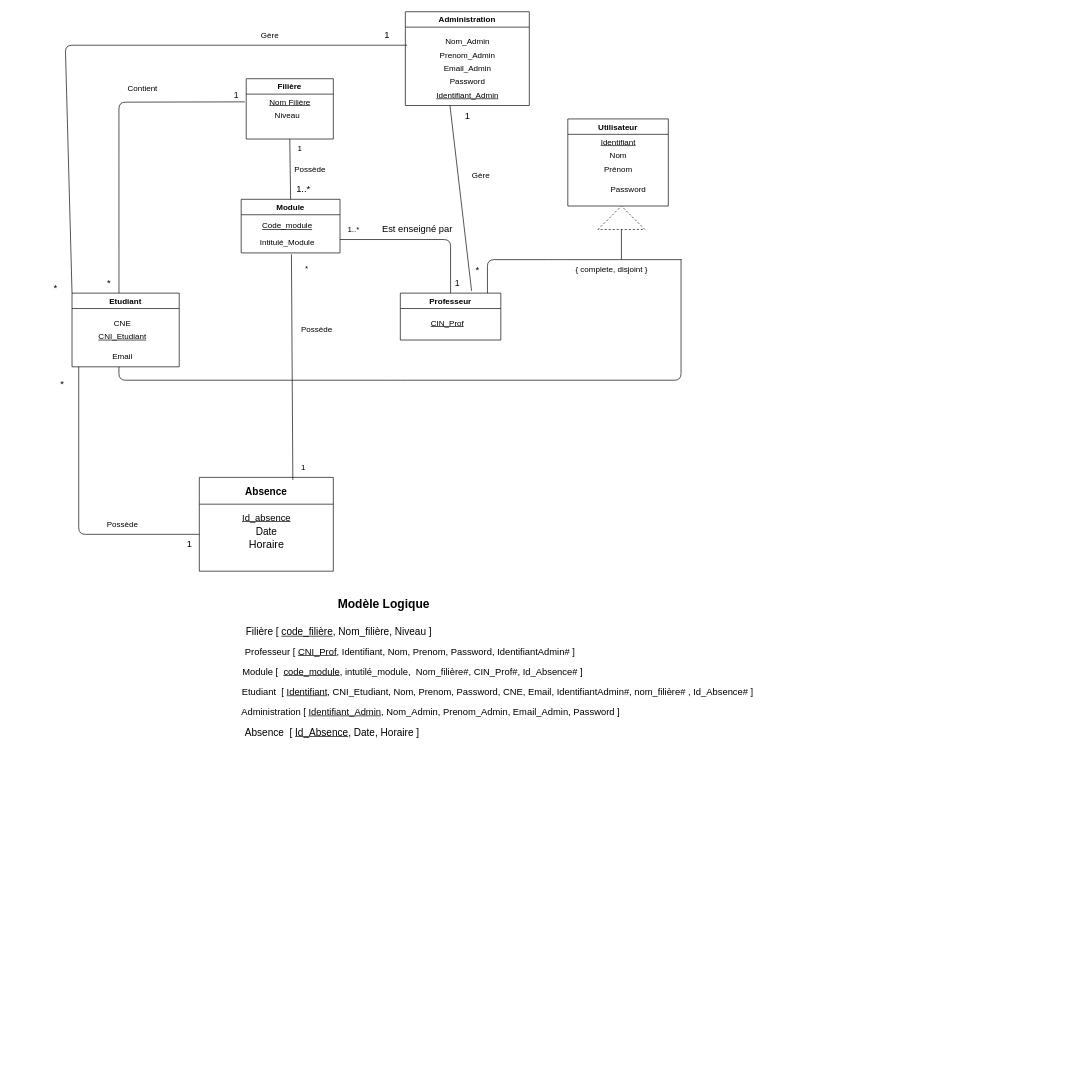
Marcel-Fassou-28/Gestion_Absence_PFA keeps this draw.io diagram as data/modelConcep.drawio. Above is the earlier version. Source tidied: cells renumbered, new cells numbered last; positions are measured from the earlier drawing's top-left corner, leaving out a move shared by most shapes. Both pictures are drawn from the tidied source at 67%, with x=0, y=0 at pixel (45, 11).
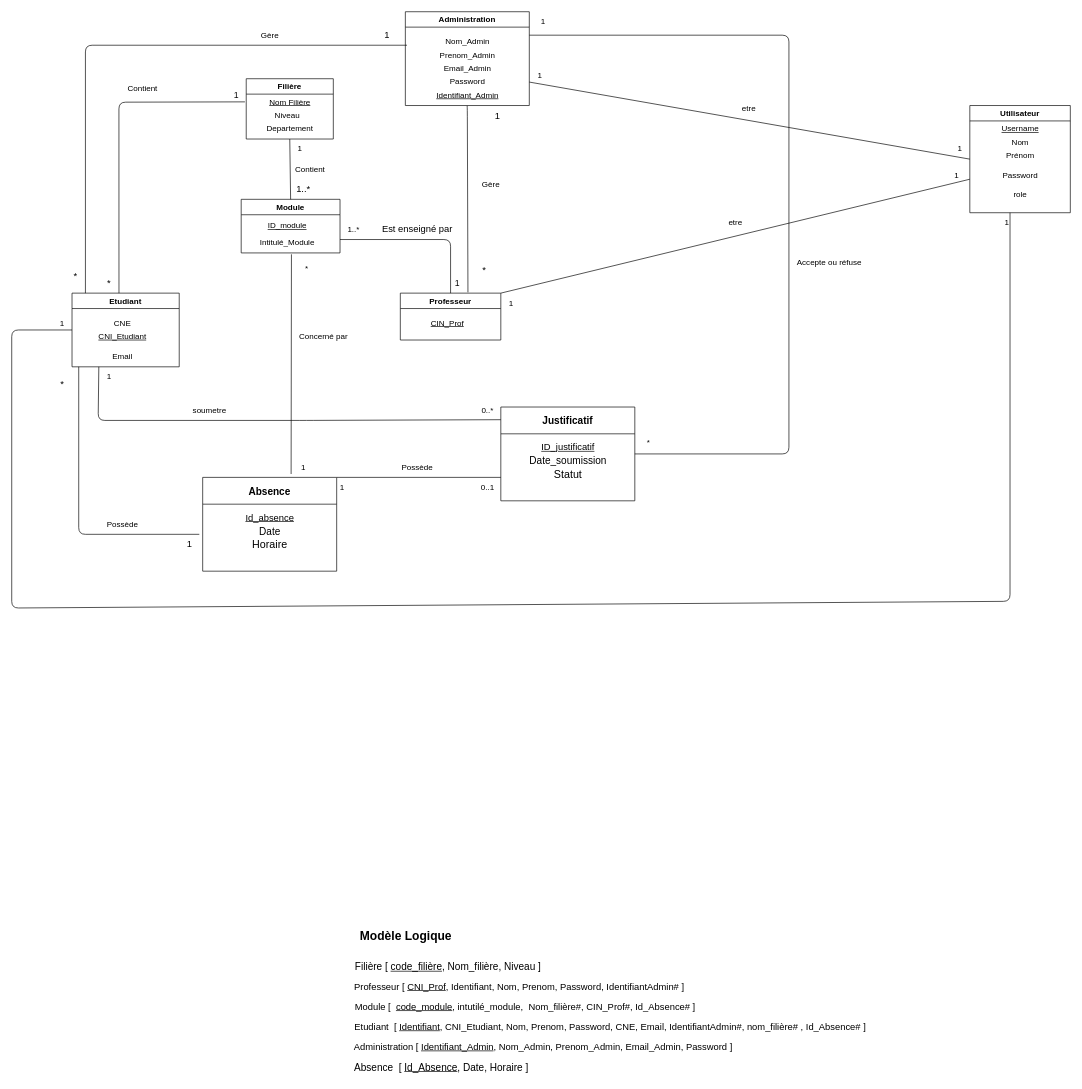
Above is the later version.

The change refers to these unchanged cells:
```xml
<mxCell id="2" value="Filière" style="swimlane;" parent="1" vertex="1">
  <mxGeometry x="300" y="100" width="130" height="90" as="geometry" />
</mxCell>
<mxCell id="5" value="Etudiant" style="swimlane;" parent="1" vertex="1">
  <mxGeometry x="40" y="420" width="160" height="110" as="geometry" />
</mxCell>
<mxCell id="9" value="Professeur" style="swimlane;" parent="1" vertex="1">
  <mxGeometry x="530" y="420" width="150" height="70" as="geometry" />
</mxCell>
<mxCell id="11" value="Module" style="swimlane;" parent="1" vertex="1">
  <mxGeometry x="292.5" y="280" width="147.5" height="80" as="geometry" />
</mxCell>
<mxCell id="13" value="Intitulé_Module" style="text;html=1;align=center;verticalAlign=middle;points=[];strokeColor=none;fillColor=none;" parent="11" vertex="1">
  <mxGeometry x="18.8" y="50" width="100" height="30" as="geometry" />
</mxCell>
<mxCell id="19" value="&lt;span style=&quot;font-size: 13px;&quot;&gt;1&lt;/span&gt;" style="text;html=1;align=center;verticalAlign=middle;points=[];strokeColor=none;fillColor=none;" parent="1" vertex="1">
  <mxGeometry x="600" y="390" width="30" height="30" as="geometry" />
</mxCell>
<mxCell id="36" value="Administration" style="swimlane;" parent="1" vertex="1">
  <mxGeometry x="537.5" width="185" height="140" as="geometry" />
</mxCell>
<mxCell id="41" value="&lt;u&gt;Identifiant_Admin&lt;/u&gt;" style="text;html=1;align=center;verticalAlign=middle;points=[];strokeColor=none;fillColor=none;" parent="36" vertex="1">
  <mxGeometry x="32.5" y="110" width="120" height="30" as="geometry" />
</mxCell>
```

Change to the diagram source:
```diff
@@
+    <mxCell id="69" value="Departement" style="text;html=1;align=center;verticalAlign=middle;strokeColor=none;fillColor=none;" parent="2" vertex="1">
+      <mxGeometry x="20" y="60" width="90" height="30" as="geometry" />
+    </mxCell>
+    <mxCell id="70" style="edgeStyle=none;html=1;exitX=0.25;exitY=1;exitDx=0;exitDy=0;entryX=0.003;entryY=0.135;entryDx=0;entryDy=0;entryPerimeter=0;endArrow=none;endFill=0;" parent="1" edge="1" source="5" target="77">
+      <mxGeometry relative="1" as="geometry">
+        <Array as="points">
+          <mxPoint x="79" y="610" />
+          <mxPoint x="390" y="610" />
+        </Array>
+      </mxGeometry>
+    </mxCell>
+    <mxCell id="71" style="edgeStyle=none;html=1;exitX=0;exitY=0.5;exitDx=0;exitDy=0;endArrow=none;endFill=0;" parent="1" edge="1" source="5">
+      <mxGeometry relative="1" as="geometry">
+        <mxPoint x="1440" y="300" as="targetPoint" />
+        <Array as="points">
+          <mxPoint x="-50" y="475" />
+          <mxPoint x="-50" y="890" />
+          <mxPoint x="1440" y="880" />
+        </Array>
+      </mxGeometry>
+    </mxCell>
@@
+    <mxCell id="72" style="edgeStyle=none;html=1;exitX=1;exitY=0;exitDx=0;exitDy=0;endArrow=none;endFill=0;" parent="1" edge="1" source="9">
+      <mxGeometry relative="1" as="geometry">
+        <mxPoint x="1380" y="250" as="targetPoint" />
+      </mxGeometry>
+    </mxCell>
@@
-    <mxCell id="12" value="&lt;u&gt;Code_module&lt;/u&gt;" style="text;html=1;align=center;verticalAlign=middle;strokeColor=none;fillColor=none;" parent="11" vertex="1">
-      <mxGeometry x="18.8" y="25" width="100" height="30" as="geometry" />
+    <mxCell id="12" value="&lt;u&gt;ID_module&lt;/u&gt;" style="text;html=1;align=center;verticalAlign=middle;strokeColor=none;fillColor=none;" parent="11" vertex="1">
+      <mxGeometry x="28.8" y="25" width="80" height="30" as="geometry" />
     </mxCell>
@@
     <mxCell id="22" value="Utilisateur" style="swimlane;startSize=23;" parent="1" vertex="1">
-      <mxGeometry x="780" y="160" width="150" height="130" as="geometry" />
+      <mxGeometry x="1380" y="140" width="150" height="160" as="geometry" />
     </mxCell>
@@
     <mxCell id="25" value="Password" style="text;html=1;align=center;verticalAlign=middle;strokeColor=none;fillColor=none;" parent="22" vertex="1">
-      <mxGeometry x="50" y="90" width="80" height="30" as="geometry" />
+      <mxGeometry x="35" y="90" width="80" height="30" as="geometry" />
     </mxCell>
-    <mxCell id="26" value="&lt;u&gt;Identifiant&lt;/u&gt;" style="text;html=1;align=center;verticalAlign=middle;strokeColor=none;fillColor=none;" parent="22" vertex="1">
+    <mxCell id="26" value="&lt;u&gt;&lt;font style=&quot;color: light-dark(rgb(0, 0, 0), rgb(255, 255, 255));&quot;&gt;Username&lt;/font&gt;&lt;/u&gt;" style="text;html=1;align=center;verticalAlign=middle;strokeColor=none;fillColor=none;" parent="22" vertex="1">
       <mxGeometry x="35" y="20" width="80" height="30" as="geometry" />
     </mxCell>
-    <mxCell id="27" style="triangle;whiteSpace=wrap;html=1;rotation=-90;dashed=1;" parent="1" vertex="1">
-      <mxGeometry x="842.5" y="272.5" width="35" height="70" as="geometry" />
-    </mxCell>
-    <mxCell id="28" style="endArrow=none;html=1;entryX=0;entryY=0.5;entryDx=0;entryDy=0;" parent="1" edge="1" target="27">
-      <mxGeometry relative="1" as="geometry">
-        <mxPoint x="860" y="370" as="sourcePoint" />
-      </mxGeometry>
-    </mxCell>
-    <mxCell id="29" style="endArrow=none;html=1;exitX=0.867;exitY=0;exitDx=0;exitDy=0;exitPerimeter=0;" parent="1" edge="1" source="9">
-      <mxGeometry relative="1" as="geometry">
-        <mxPoint x="950" y="370" as="targetPoint" />
-        <Array as="points">
-          <mxPoint x="660" y="370" />
-          <mxPoint x="760" y="370" />
-        </Array>
-      </mxGeometry>
-    </mxCell>
-    <mxCell id="30" style="endArrow=none;html=1;" parent="1" edge="1">
-      <mxGeometry relative="1" as="geometry">
-        <mxPoint x="110" y="530" as="sourcePoint" />
-        <mxPoint x="949" y="370" as="targetPoint" />
-        <Array as="points">
-          <mxPoint x="110" y="550" />
-          <mxPoint x="520" y="550" />
-          <mxPoint x="949" y="550" />
-        </Array>
-      </mxGeometry>
-    </mxCell>
-    <mxCell id="31" value="{ complete, disjoint }" style="text;html=1;align=center;verticalAlign=middle;strokeColor=none;fillColor=none;" parent="1" vertex="1">
-      <mxGeometry x="780" y="370" width="130" height="30" as="geometry" />
-    </mxCell>
+    <mxCell id="73" value="role" style="text;html=1;align=center;verticalAlign=middle;strokeColor=none;fillColor=none;" parent="22" vertex="1">
+      <mxGeometry x="55" y="118" width="40" height="30" as="geometry" />
+    </mxCell>
@@
-    <mxCell id="35" value="Possède" style="text;html=1;align=center;verticalAlign=middle;strokeColor=none;fillColor=none;" parent="1" vertex="1">
+    <mxCell id="35" value="Contient" style="text;html=1;align=center;verticalAlign=middle;strokeColor=none;fillColor=none;" parent="1" vertex="1">
       <mxGeometry x="360" y="220" width="70" height="30" as="geometry" />
     </mxCell>
+    <mxCell id="74" style="edgeStyle=none;html=1;exitX=1;exitY=0.25;exitDx=0;exitDy=0;entryX=1;entryY=0.5;entryDx=0;entryDy=0;endArrow=none;endFill=0;" parent="1" edge="1" source="36" target="77">
+      <mxGeometry relative="1" as="geometry">
+        <Array as="points">
+          <mxPoint x="1110" y="35" />
+          <mxPoint x="1110" y="660" />
+        </Array>
+      </mxGeometry>
+    </mxCell>
+    <mxCell id="75" style="edgeStyle=none;html=1;exitX=1;exitY=0.75;exitDx=0;exitDy=0;entryX=0;entryY=0.5;entryDx=0;entryDy=0;endArrow=none;endFill=0;" parent="1" edge="1" source="36" target="22">
+      <mxGeometry relative="1" as="geometry" />
+    </mxCell>
@@
     <mxCell id="42" value="Gère" style="text;html=1;align=center;verticalAlign=middle;strokeColor=none;fillColor=none;" parent="1" vertex="1">
-      <mxGeometry x="625" y="230" width="50" height="30" as="geometry" />
+      <mxGeometry x="640" y="242.5" width="50" height="30" as="geometry" />
     </mxCell>
     <mxCell id="43" value="&lt;font style=&quot;font-size: 14px;&quot;&gt;*&lt;/font&gt;" style="text;html=1;align=center;verticalAlign=middle;strokeColor=none;fillColor=none;" parent="1" vertex="1">
-      <mxGeometry x="630" y="370" width="30" height="30" as="geometry" />
+      <mxGeometry x="640" y="370" width="30" height="30" as="geometry" />
     </mxCell>
     <mxCell id="44" value="&lt;span style=&quot;font-size: 14px;&quot;&gt;1&lt;/span&gt;" style="text;html=1;align=center;verticalAlign=middle;strokeColor=none;fillColor=none;" parent="1" vertex="1">
-      <mxGeometry x="615" y="140" width="30" height="30" as="geometry" />
+      <mxGeometry x="660" y="140" width="30" height="30" as="geometry" />
     </mxCell>
+    <mxCell id="76" style="edgeStyle=none;html=1;exitX=1;exitY=0;exitDx=0;exitDy=0;entryX=0;entryY=0.75;entryDx=0;entryDy=0;endArrow=none;endFill=0;" parent="1" edge="1" source="45" target="77">
+      <mxGeometry relative="1" as="geometry" />
+    </mxCell>
     <mxCell id="45" value="Absence" style="swimlane;fontSize=15;startSize=40;" parent="1" vertex="1">
-      <mxGeometry x="230" y="695" width="200" height="140" as="geometry" />
+      <mxGeometry x="235" y="695" width="200" height="140" as="geometry" />
     </mxCell>
@@
-    <mxCell id="52" style="endArrow=none;html=1;entryX=0.562;entryY=1.07;entryDx=0;entryDy=0;entryPerimeter=0;exitX=0.698;exitY=0.027;exitDx=0;exitDy=0;exitPerimeter=0;" parent="1" edge="1" source="45" target="13">
-      <mxGeometry relative="1" as="geometry" />
+    <mxCell id="52" style="endArrow=none;html=1;entryX=0.562;entryY=1.07;entryDx=0;entryDy=0;entryPerimeter=0;" parent="1" edge="1" target="13">
+      <mxGeometry relative="1" as="geometry">
+        <mxPoint x="367" y="690" as="sourcePoint" />
+      </mxGeometry>
     </mxCell>
@@
-    <mxCell id="56" value="Possède" style="text;html=1;align=center;verticalAlign=middle;strokeColor=none;fillColor=none;" parent="1" vertex="1">
-      <mxGeometry x="370" y="460" width="70" height="30" as="geometry" />
+    <mxCell id="56" value="Concerné par" style="text;html=1;align=center;verticalAlign=middle;strokeColor=none;fillColor=none;" parent="1" vertex="1">
+      <mxGeometry x="365" y="470" width="100" height="30" as="geometry" />
     </mxCell>
     <mxCell id="57" value="&lt;font style=&quot;font-size: 18px;&quot;&gt;&lt;b style=&quot;&quot;&gt;Modèle Logique&lt;/b&gt;&lt;/font&gt;" style="text;html=1;align=center;verticalAlign=middle;strokeColor=none;fillColor=none;" parent="1" vertex="1">
-      <mxGeometry x="425" y="865" width="160" height="40" as="geometry" />
+      <mxGeometry x="457.5" y="1360" width="160" height="40" as="geometry" />
     </mxCell>
-    <mxCell id="58" style="endArrow=none;html=1;exitX=0;exitY=0;exitDx=0;exitDy=0;" parent="1" edge="1" source="5">
+    <mxCell id="58" style="endArrow=none;html=1;" parent="1" edge="1">
       <mxGeometry relative="1" as="geometry">
+        <mxPoint x="60" y="420" as="sourcePoint" />
         <mxPoint x="540" y="50" as="targetPoint" />
         <Array as="points">
-          <mxPoint x="30" y="50" />
+          <mxPoint x="60" y="50" />
         </Array>
       </mxGeometry>
     </mxCell>
-    <mxCell id="59" style="endArrow=none;html=1;entryX=0.284;entryY=0.996;entryDx=0;entryDy=0;entryPerimeter=0;exitX=0.709;exitY=-0.049;exitDx=0;exitDy=0;exitPerimeter=0;" parent="1" edge="1" source="9" target="41">
-      <mxGeometry relative="1" as="geometry" />
+    <mxCell id="59" style="endArrow=none;html=1;entryX=0.498;entryY=1.012;entryDx=0;entryDy=0;entryPerimeter=0;exitX=1.031;exitY=0.96;exitDx=0;exitDy=0;exitPerimeter=0;" parent="1" edge="1" source="19" target="41">
+      <mxGeometry relative="1" as="geometry">
+        <Array as="points">
+          <mxPoint x="630" y="146" />
+        </Array>
+      </mxGeometry>
     </mxCell>
@@
     <mxCell id="61" value="&lt;font style=&quot;font-size: 14px;&quot;&gt;*&lt;/font&gt;" style="text;html=1;align=center;verticalAlign=middle;strokeColor=none;fillColor=none;" parent="1" vertex="1">
-      <mxGeometry y="398" width="30" height="30" as="geometry" />
+      <mxGeometry x="30" y="380" width="30" height="30" as="geometry" />
     </mxCell>
@@
     <mxCell id="63" value="&lt;font style=&quot;font-size: 15px;&quot;&gt;Filière [ &lt;u style=&quot;&quot;&gt;code_filière&lt;/u&gt;, Nom_filière, Niveau ]&amp;nbsp;&lt;/font&gt;" style="text;html=1;align=center;verticalAlign=middle;strokeColor=none;fillColor=none;" parent="1" vertex="1">
-      <mxGeometry x="285" y="910" width="310" height="30" as="geometry" />
+      <mxGeometry x="447.5" y="1410" width="310" height="30" as="geometry" />
     </mxCell>
     <mxCell id="64" value="&lt;font style=&quot;font-size: 14px;&quot;&gt;Module [&amp;nbsp; &lt;u style=&quot;&quot;&gt;code_module&lt;/u&gt;, intutilé_module,&amp;nbsp; Nom_filière#, CIN_Prof#, Id_Absence# ]&amp;nbsp;&lt;/font&gt;" style="text;html=1;align=center;verticalAlign=middle;strokeColor=none;fillColor=none;" parent="1" vertex="1">
-      <mxGeometry x="280" y="970" width="540" height="30" as="geometry" />
+      <mxGeometry x="447.5" y="1470" width="540" height="30" as="geometry" />
     </mxCell>
     <mxCell id="65" value="&lt;font style=&quot;font-size: 14px;&quot;&gt;Professeur [ &lt;u style=&quot;&quot;&gt;CNI_Prof&lt;/u&gt;, Identifiant, Nom, Prenom, Password, IdentifiantAdmin# ]&amp;nbsp; &amp;nbsp;&lt;/font&gt;" style="text;html=1;align=center;verticalAlign=middle;strokeColor=none;fillColor=none;" parent="1" vertex="1">
-      <mxGeometry x="285" y="940" width="530" height="30" as="geometry" />
+      <mxGeometry x="447.5" y="1440" width="530" height="30" as="geometry" />
     </mxCell>
     <mxCell id="66" value="&lt;font style=&quot;font-size: 14px;&quot;&gt;Etudiant&amp;nbsp; [ &lt;u style=&quot;&quot;&gt;Identifiant&lt;/u&gt;, CNI_Etudiant, Nom, Prenom, Password, CNE, Email, IdentifiantAdmin#, nom_filière# , Id_Absence# ]&lt;/font&gt;" style="text;html=1;align=center;verticalAlign=middle;strokeColor=none;fillColor=none;" parent="1" vertex="1">
-      <mxGeometry x="280" y="1000" width="790" height="30" as="geometry" />
+      <mxGeometry x="447.5" y="1500" width="790" height="30" as="geometry" />
     </mxCell>
     <mxCell id="67" value="&lt;font style=&quot;font-size: 15px;&quot;&gt;Absence&amp;nbsp; [ &lt;u style=&quot;&quot;&gt;Id_Absence&lt;/u&gt;, Date, Horaire ]&amp;nbsp;&lt;/font&gt;" style="text;html=1;align=center;verticalAlign=middle;strokeColor=none;fillColor=none;" parent="1" vertex="1">
-      <mxGeometry x="285" y="1060" width="290" height="30" as="geometry" />
+      <mxGeometry x="447.5" y="1560" width="290" height="30" as="geometry" />
     </mxCell>
     <mxCell id="68" value="&lt;font style=&quot;font-size: 14px;&quot;&gt;Administration [ &lt;u style=&quot;&quot;&gt;Identifiant_Admin&lt;/u&gt;, Nom_Admin, Prenom_Admin, Email_Admin, Password ]&lt;/font&gt;" style="text;html=1;align=center;verticalAlign=middle;strokeColor=none;fillColor=none;" parent="1" vertex="1">
-      <mxGeometry x="280" y="1030" width="590" height="30" as="geometry" />
+      <mxGeometry x="447.5" y="1530" width="590" height="30" as="geometry" />
     </mxCell>
+    <mxCell id="77" value="Justificatif" style="swimlane;fontSize=15;startSize=40;" parent="1" vertex="1">
+      <mxGeometry x="680" y="590" width="200" height="140" as="geometry" />
+    </mxCell>
+    <mxCell id="78" value="&lt;font style=&quot;font-size: 15px;&quot;&gt;Date_soumission&lt;/font&gt;" style="text;html=1;align=center;verticalAlign=middle;strokeColor=none;fillColor=none;" parent="77" vertex="1">
+      <mxGeometry x="30" y="65" width="140" height="30" as="geometry" />
+    </mxCell>
+    <mxCell id="79" value="&lt;font style=&quot;font-size: 16px;&quot;&gt;Statut&lt;/font&gt;" style="text;html=1;align=center;verticalAlign=middle;strokeColor=none;fillColor=none;" parent="77" vertex="1">
+      <mxGeometry x="65" y="85" width="70" height="30" as="geometry" />
+    </mxCell>
+    <mxCell id="80" value="&lt;font style=&quot;font-size: 14px;&quot;&gt;&lt;u&gt;ID_justificatif&lt;/u&gt;&lt;/font&gt;" style="text;html=1;align=center;verticalAlign=middle;strokeColor=none;fillColor=none;" parent="77" vertex="1">
+      <mxGeometry x="50" y="45" width="100" height="30" as="geometry" />
+    </mxCell>
+    <mxCell id="81" value="soumetre" style="text;html=1;align=center;verticalAlign=middle;strokeColor=none;fillColor=none;" parent="1" vertex="1">
+      <mxGeometry x="210" y="580" width="70" height="30" as="geometry" />
+    </mxCell>
+    <mxCell id="82" value="0..*" style="text;html=1;align=center;verticalAlign=middle;strokeColor=none;fillColor=none;" parent="1" vertex="1">
+      <mxGeometry x="640" y="580" width="40" height="30" as="geometry" />
+    </mxCell>
+    <mxCell id="83" value="1" style="text;html=1;align=center;verticalAlign=middle;strokeColor=none;fillColor=none;" parent="1" vertex="1">
+      <mxGeometry x="80" y="530" width="30" height="30" as="geometry" />
+    </mxCell>
+    <mxCell id="84" value="Possède" style="text;html=1;align=center;verticalAlign=middle;strokeColor=none;fillColor=none;" parent="1" vertex="1">
+      <mxGeometry x="520" y="665" width="70" height="30" as="geometry" />
+    </mxCell>
+    <mxCell id="85" value="1" style="text;html=1;align=center;verticalAlign=middle;strokeColor=none;fillColor=none;" parent="1" vertex="1">
+      <mxGeometry x="427.5" y="695" width="30" height="30" as="geometry" />
+    </mxCell>
+    <mxCell id="86" value="0..1" style="text;html=1;align=center;verticalAlign=middle;strokeColor=none;fillColor=none;" parent="1" vertex="1">
+      <mxGeometry x="640" y="695" width="40" height="30" as="geometry" />
+    </mxCell>
+    <mxCell id="87" value="Accepte ou réfuse" style="text;html=1;align=center;verticalAlign=middle;strokeColor=none;fillColor=none;" parent="1" vertex="1">
+      <mxGeometry x="1110" y="360" width="120" height="30" as="geometry" />
+    </mxCell>
+    <mxCell id="88" value="*" style="text;html=1;align=center;verticalAlign=middle;strokeColor=none;fillColor=none;" parent="1" vertex="1">
+      <mxGeometry x="885" y="628" width="30" height="30" as="geometry" />
+    </mxCell>
+    <mxCell id="89" value="1" style="text;html=1;align=center;verticalAlign=middle;strokeColor=none;fillColor=none;" parent="1" vertex="1">
+      <mxGeometry x="727.5" width="30" height="30" as="geometry" />
+    </mxCell>
+    <mxCell id="90" value="1" style="text;html=1;align=center;verticalAlign=middle;strokeColor=none;fillColor=none;" parent="1" vertex="1">
+      <mxGeometry x="722.5" y="80" width="30" height="30" as="geometry" />
+    </mxCell>
+    <mxCell id="91" value="1" style="text;html=1;align=center;verticalAlign=middle;strokeColor=none;fillColor=none;" parent="1" vertex="1">
+      <mxGeometry x="1350" y="190" width="30" height="30" as="geometry" />
+    </mxCell>
+    <mxCell id="92" value="1" style="text;html=1;align=center;verticalAlign=middle;strokeColor=none;fillColor=none;" parent="1" vertex="1">
+      <mxGeometry x="10" y="450" width="30" height="30" as="geometry" />
+    </mxCell>
+    <mxCell id="93" value="1" style="text;html=1;align=center;verticalAlign=middle;strokeColor=none;fillColor=none;" parent="1" vertex="1">
+      <mxGeometry x="1420" y="300" width="30" height="30" as="geometry" />
+    </mxCell>
+    <mxCell id="94" value="1" style="text;html=1;align=center;verticalAlign=middle;strokeColor=none;fillColor=none;" parent="1" vertex="1">
+      <mxGeometry x="680" y="420" width="30" height="30" as="geometry" />
+    </mxCell>
+    <mxCell id="95" value="1" style="text;html=1;align=center;verticalAlign=middle;strokeColor=none;fillColor=none;" parent="1" vertex="1">
+      <mxGeometry x="1345" y="230" width="30" height="30" as="geometry" />
+    </mxCell>
+    <mxCell id="96" value="etre" style="text;html=1;align=center;verticalAlign=middle;strokeColor=none;fillColor=none;" parent="1" vertex="1">
+      <mxGeometry x="1030" y="130" width="40" height="30" as="geometry" />
+    </mxCell>
+    <mxCell id="97" value="etre" style="text;html=1;align=center;verticalAlign=middle;strokeColor=none;fillColor=none;" parent="1" vertex="1">
+      <mxGeometry x="1010" y="300" width="40" height="30" as="geometry" />
+    </mxCell>
```
